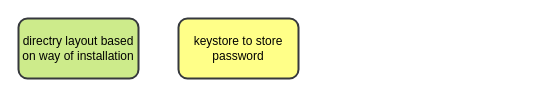
The draw.io diagram page "Setup and configuration" (3 of 4) of My Articles/elastic stack/Audit Beat Understanding.drawio in paramothers/books, before the edit. Source tidied: cells renumbered, new cells numbered last; positions are measured from the earlier drawing's top-left corner, leaving out a move shared by most shapes. Both pictures are drawn from the tidied source at 100%, with x=0, y=0 at pixel (18, 18).
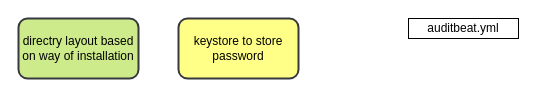
The same page after the edit.

What changed in the source:
```diff
@@
 <mxGraphModel>
   <root>
     <mxCell id="0" />
     <mxCell id="1" parent="0" />
     <mxCell id="2" value="directry layout based on way of installation" style="rounded=1;whiteSpace=wrap;html=1;strokeColor=#36393d;strokeWidth=2;fillColor=#cdeb8b;" parent="1" vertex="1">
       <mxGeometry width="120" height="60" as="geometry" />
     </mxCell>
     <mxCell id="3" value="keystore to store password" style="rounded=1;whiteSpace=wrap;html=1;strokeColor=#36393d;strokeWidth=2;fillColor=#ffff88;" parent="1" vertex="1">
       <mxGeometry x="160" width="120" height="60" as="geometry" />
     </mxCell>
+    <mxCell id="4" value="auditbeat.yml" style="text;html=1;fillColor=none;align=center;verticalAlign=middle;whiteSpace=wrap;rounded=0;strokeColor=#000000;" parent="1" vertex="1">
+      <mxGeometry x="390" width="110" height="20" as="geometry" />
+    </mxCell>
   </root>
 </mxGraphModel>
```
